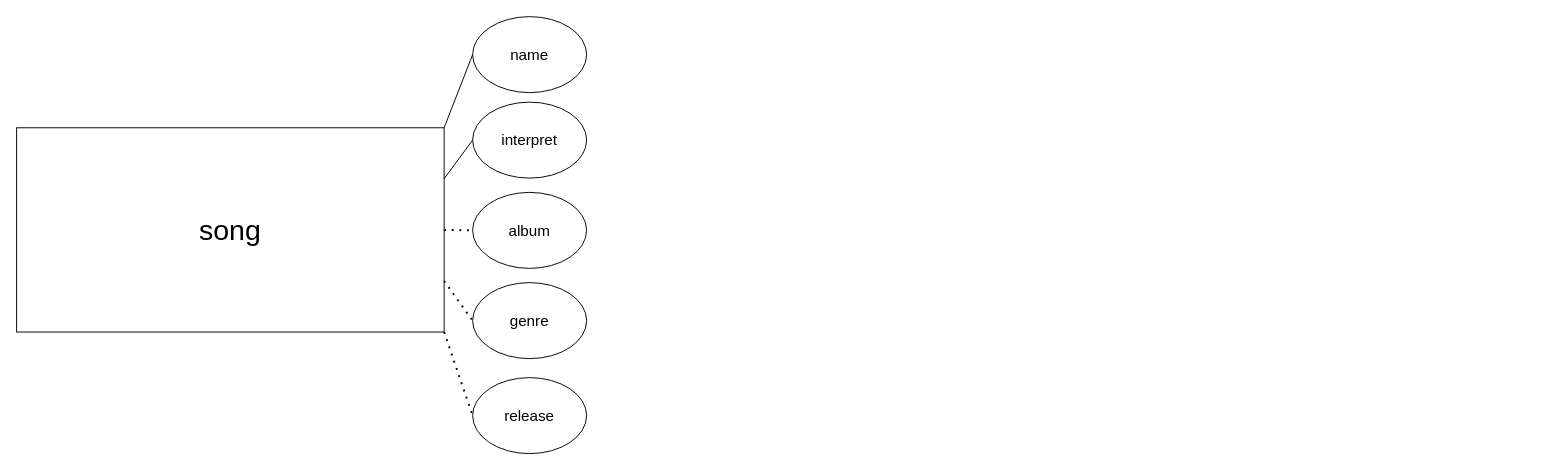
jzelAdmin2006/m165-jukebox keeps this draw.io diagram as m165-jukebox.drawio. Above is the earlier version. Source tidied: cells renumbered, new cells numbered last; positions are measured from the earlier drawing's top-left corner, leaving out a move shared by most shapes. Both pictures are drawn from the tidied source at 95%, with x=0, y=0 at pixel (16, 16).
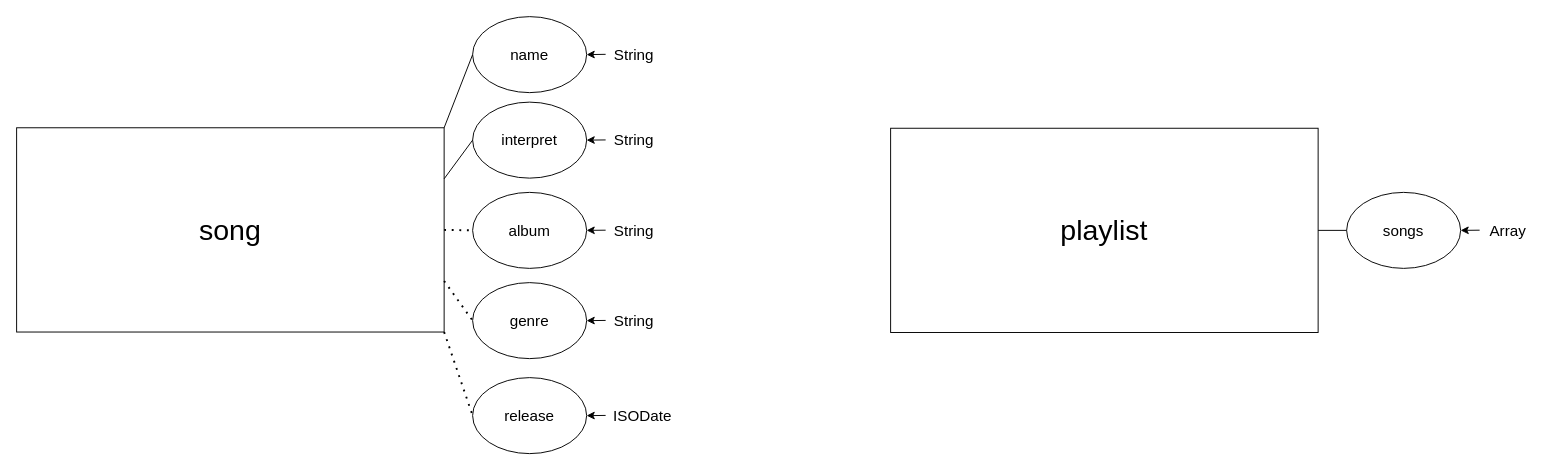
Above is the later version.

Unchanged cells that the change refers to:
```xml
<mxCell id="3" value="interpret" style="ellipse;whiteSpace=wrap;html=1;fontSize=16;" parent="1" vertex="1">
  <mxGeometry x="480" y="90" width="120" height="80" as="geometry" />
</mxCell>
<mxCell id="4" value="album" style="ellipse;whiteSpace=wrap;html=1;fontSize=16;" parent="1" vertex="1">
  <mxGeometry x="480" y="185" width="120" height="80" as="geometry" />
</mxCell>
<mxCell id="5" value="genre" style="ellipse;whiteSpace=wrap;html=1;fontSize=16;" parent="1" vertex="1">
  <mxGeometry x="480" y="280" width="120" height="80" as="geometry" />
</mxCell>
<mxCell id="6" value="release" style="ellipse;whiteSpace=wrap;html=1;fontSize=16;" parent="1" vertex="1">
  <mxGeometry x="480" y="380" width="120" height="80" as="geometry" />
</mxCell>
<mxCell id="7" value="name" style="ellipse;whiteSpace=wrap;html=1;fontSize=16;" parent="1" vertex="1">
  <mxGeometry x="480" width="120" height="80" as="geometry" />
</mxCell>
```

The edit, as a diff of the source:
```diff
@@
+    <mxCell id="13" style="endArrow=classic;html=1;rounded=0;fontSize=16;entryX=1;entryY=0.5;entryDx=0;entryDy=0;" parent="1" edge="1" target="7">
+      <mxGeometry relative="1" as="geometry">
+        <mxPoint x="620" y="39.7" as="sourcePoint" />
+      </mxGeometry>
+    </mxCell>
+    <mxCell id="14" style="endArrow=classic;html=1;rounded=0;fontSize=16;entryX=1;entryY=0.5;entryDx=0;entryDy=0;" parent="1" edge="1" target="3">
+      <mxGeometry relative="1" as="geometry">
+        <mxPoint x="620" y="129.8" as="sourcePoint" />
+      </mxGeometry>
+    </mxCell>
+    <mxCell id="15" style="endArrow=classic;html=1;rounded=0;fontSize=16;entryX=1;entryY=0.5;entryDx=0;entryDy=0;" parent="1" edge="1" target="4">
+      <mxGeometry relative="1" as="geometry">
+        <mxPoint x="620" y="224.8" as="sourcePoint" />
+      </mxGeometry>
+    </mxCell>
+    <mxCell id="16" style="endArrow=classic;html=1;rounded=0;fontSize=16;entryX=1;entryY=0.5;entryDx=0;entryDy=0;" parent="1" edge="1" target="5">
+      <mxGeometry relative="1" as="geometry">
+        <mxPoint x="620" y="319.8" as="sourcePoint" />
+      </mxGeometry>
+    </mxCell>
+    <mxCell id="17" style="endArrow=classic;html=1;rounded=0;fontSize=16;entryX=1;entryY=0.5;entryDx=0;entryDy=0;" parent="1" edge="1" target="6">
+      <mxGeometry relative="1" as="geometry">
+        <mxPoint x="620" y="419.8" as="sourcePoint" />
+      </mxGeometry>
+    </mxCell>
+    <mxCell id="18" value="String" style="text;html=1;strokeColor=none;fillColor=none;align=center;verticalAlign=middle;whiteSpace=wrap;rounded=0;fontSize=16;" parent="1" vertex="1">
+      <mxGeometry x="620" y="25" width="60" height="30" as="geometry" />
+    </mxCell>
+    <mxCell id="19" value="String" style="text;html=1;strokeColor=none;fillColor=none;align=center;verticalAlign=middle;whiteSpace=wrap;rounded=0;fontSize=16;" parent="1" vertex="1">
+      <mxGeometry x="620" y="115" width="60" height="30" as="geometry" />
+    </mxCell>
+    <mxCell id="20" value="String" style="text;html=1;strokeColor=none;fillColor=none;align=center;verticalAlign=middle;whiteSpace=wrap;rounded=0;fontSize=16;" parent="1" vertex="1">
+      <mxGeometry x="620" y="210" width="60" height="30" as="geometry" />
+    </mxCell>
+    <mxCell id="21" value="String" style="text;html=1;strokeColor=none;fillColor=none;align=center;verticalAlign=middle;whiteSpace=wrap;rounded=0;fontSize=16;" parent="1" vertex="1">
+      <mxGeometry x="620" y="305" width="60" height="30" as="geometry" />
+    </mxCell>
+    <mxCell id="22" value="ISODate" style="text;html=1;strokeColor=none;fillColor=none;align=center;verticalAlign=middle;whiteSpace=wrap;rounded=0;fontSize=16;" parent="1" vertex="1">
+      <mxGeometry x="629" y="405" width="60" height="30" as="geometry" />
+    </mxCell>
+    <mxCell id="23" value="&lt;font style=&quot;font-size: 30px;&quot;&gt;playlist&lt;/font&gt;" style="rounded=0;whiteSpace=wrap;html=1;" parent="1" vertex="1">
+      <mxGeometry x="920" y="117.5" width="450" height="215" as="geometry" />
+    </mxCell>
+    <mxCell id="24" value="songs" style="ellipse;whiteSpace=wrap;html=1;fontSize=16;" parent="1" vertex="1">
+      <mxGeometry x="1400" y="185" width="120" height="80" as="geometry" />
+    </mxCell>
+    <mxCell id="25" style="endArrow=none;html=1;rounded=0;fontSize=16;entryX=0;entryY=0.5;entryDx=0;entryDy=0;exitX=1;exitY=0.5;exitDx=0;exitDy=0;" parent="1" edge="1" source="23" target="24">
+      <mxGeometry relative="1" as="geometry" />
+    </mxCell>
+    <mxCell id="26" style="endArrow=classic;html=1;rounded=0;fontSize=16;entryX=1;entryY=0.5;entryDx=0;entryDy=0;" parent="1" edge="1" target="24">
+      <mxGeometry relative="1" as="geometry">
+        <mxPoint x="1540" y="224.8" as="sourcePoint" />
+      </mxGeometry>
+    </mxCell>
+    <mxCell id="27" value="Array" style="text;html=1;strokeColor=none;fillColor=none;align=center;verticalAlign=middle;whiteSpace=wrap;rounded=0;fontSize=16;" parent="1" vertex="1">
+      <mxGeometry x="1540" y="210" width="60" height="30" as="geometry" />
+    </mxCell>
```
